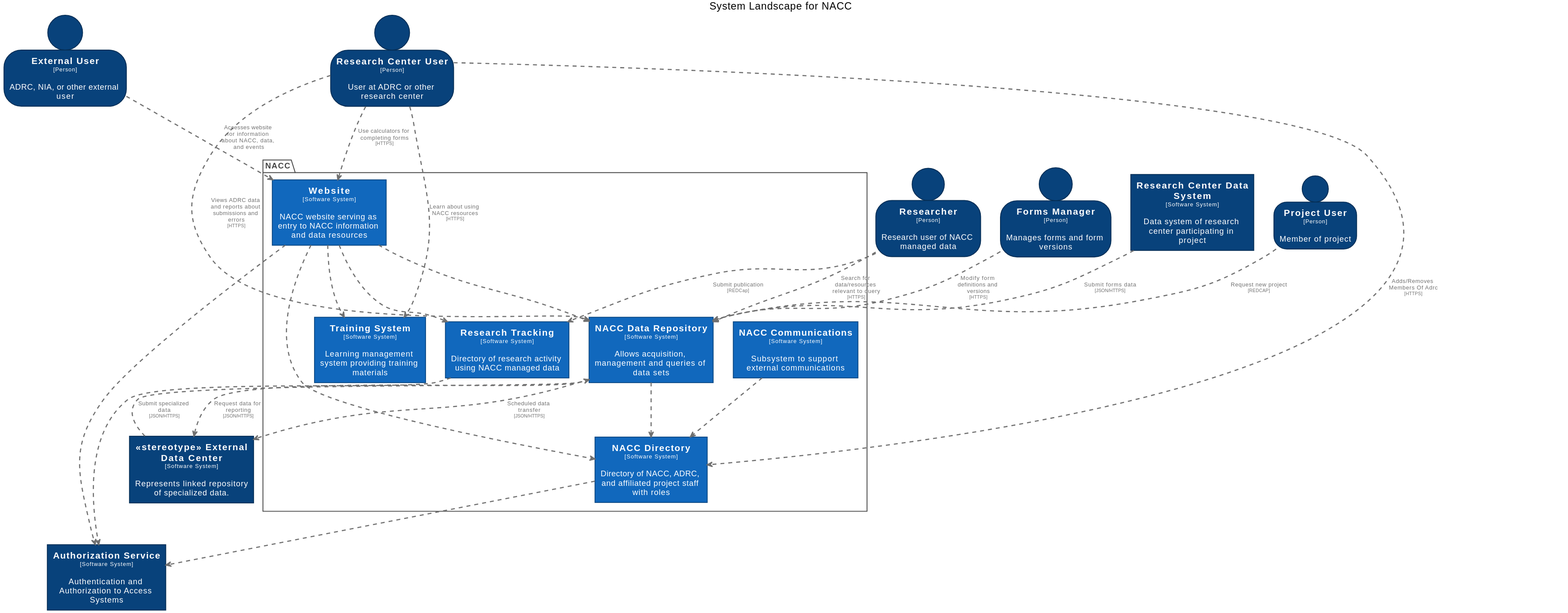
Earlier version of the PlantUML export docs/images/structurizr-GeneralizedSystemLandscape.svg (naccdata/system-design).
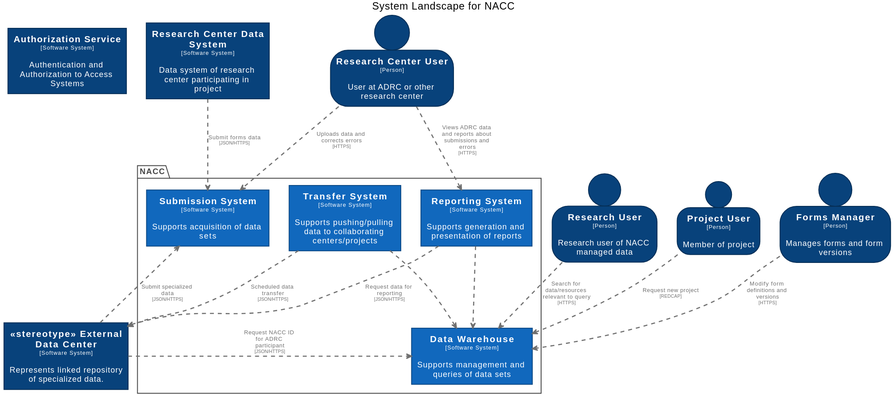
Later version of the same file.

Diff of the diagram source:
```diff
@@ -23,35 +23,25 @@
   FontColor #ffffff
   BorderColor #052e56
 }
-skinparam person<<ExternalUser>> {
-  BackgroundColor #08427b
+skinparam rectangle<<DataWarehouse>> {
+  BackgroundColor #1168bd
   FontColor #ffffff
-  BorderColor #052e56
+  BorderColor #0b4884
 }
 skinparam person<<FormsManager>> {
   BackgroundColor #08427b
   FontColor #ffffff
   BorderColor #052e56
 }
-skinparam rectangle<<NACCCommunications>> {
-  BackgroundColor #1168bd
-  FontColor #ffffff
-  BorderColor #0b4884
-}
-skinparam rectangle<<NACCDataRepository>> {
-  BackgroundColor #1168bd
-  FontColor #ffffff
-  BorderColor #0b4884
-}
-skinparam rectangle<<NACCDirectory>> {
-  BackgroundColor #1168bd
-  FontColor #ffffff
-  BorderColor #0b4884
-}
 skinparam person<<ProjectUser>> {
   BackgroundColor #08427b
   FontColor #ffffff
   BorderColor #052e56
+}
+skinparam rectangle<<ReportingSystem>> {
+  BackgroundColor #1168bd
+  FontColor #ffffff
+  BorderColor #0b4884
 }
 skinparam rectangle<<ResearchCenterDataSystem>> {
   BackgroundColor #08427b
@@ -63,22 +53,17 @@
   FontColor #ffffff
   BorderColor #052e56
 }
-skinparam rectangle<<ResearchTracking>> {
+skinparam person<<ResearchUser>> {
+  BackgroundColor #08427b
+  FontColor #ffffff
+  BorderColor #052e56
+}
+skinparam rectangle<<SubmissionSystem>> {
   BackgroundColor #1168bd
   FontColor #ffffff
   BorderColor #0b4884
 }
-skinparam person<<Researcher>> {
-  BackgroundColor #08427b
-  FontColor #ffffff
-  BorderColor #052e56
-}
-skinparam rectangle<<TrainingSystem>> {
-  BackgroundColor #1168bd
-  FontColor #ffffff
-  BorderColor #0b4884
-}
-skinparam rectangle<<Website>> {
+skinparam rectangle<<TransferSystem>> {
   BackgroundColor #1168bd
   FontColor #ffffff
   BorderColor #0b4884
@@ -88,43 +73,30 @@
   skinparam PackageBorderColor<<enterprise>> #444444
   skinparam PackageFontColor<<enterprise>> #444444
 
-  rectangle "==NACC Directory\n<size:10>[Software System]</size>\n\nDirectory of NACC, ADRC, and affiliated project staff with roles" <<NACCDirectory>> as NACCDirectory
-  rectangle "==NACC Data Repository\n<size:10>[Software System]</size>\n\nAllows acquisition, management and queries of data sets" <<NACCDataRepository>> as NACCDataRepository
-  rectangle "==NACC Communications\n<size:10>[Software System]</size>\n\nSubsystem to support external communications" <<NACCCommunications>> as NACCCommunications
-  rectangle "==Research Tracking\n<size:10>[Software System]</size>\n\nDirectory of research activity using NACC managed data" <<ResearchTracking>> as ResearchTracking
-  rectangle "==Training System\n<size:10>[Software System]</size>\n\nLearning management system providing training materials" <<TrainingSystem>> as TrainingSystem
-  rectangle "==Website\n<size:10>[Software System]</size>\n\nNACC website serving as entry to NACC information and data resources" <<Website>> as Website
+  rectangle "==Submission System\n<size:10>[Software System]</size>\n\nSupports acquisition of data sets" <<SubmissionSystem>> as SubmissionSystem
+  rectangle "==Data Warehouse\n<size:10>[Software System]</size>\n\nSupports management and queries of data sets" <<DataWarehouse>> as DataWarehouse
+  rectangle "==Transfer System\n<size:10>[Software System]</size>\n\nSupports pushing/pulling data to collaborating centers/projects" <<TransferSystem>> as TransferSystem
+  rectangle "==Reporting System\n<size:10>[Software System]</size>\n\nSupports generation and presentation of reports" <<ReportingSystem>> as ReportingSystem
 }
 
 rectangle "==Authorization Service\n<size:10>[Software System]</size>\n\nAuthentication and Authorization to Access Systems" <<AuthorizationService>> as AuthorizationService
-person "==External User\n<size:10>[Person]</size>\n\nADRC, NIA, or other external user" <<ExternalUser>> as ExternalUser
+person "==Forms Manager\n<size:10>[Person]</size>\n\nManages forms and form versions" <<FormsManager>> as FormsManager
+person "==Research User\n<size:10>[Person]</size>\n\nResearch user of NACC managed data" <<ResearchUser>> as ResearchUser
+rectangle "==<<stereotype>> External Data Center\n<size:10>[Software System]</size>\n\nRepresents linked repository of specialized data." <<stereotypeExternalDataCenter>> as stereotypeExternalDataCenter
+rectangle "==Research Center Data System\n<size:10>[Software System]</size>\n\nData system of research center participating in project" <<ResearchCenterDataSystem>> as ResearchCenterDataSystem
 person "==Research Center User\n<size:10>[Person]</size>\n\nUser at ADRC or other research center" <<ResearchCenterUser>> as ResearchCenterUser
 person "==Project User\n<size:10>[Person]</size>\n\nMember of project" <<ProjectUser>> as ProjectUser
-person "==Forms Manager\n<size:10>[Person]</size>\n\nManages forms and form versions" <<FormsManager>> as FormsManager
-person "==Researcher\n<size:10>[Person]</size>\n\nResearch user of NACC managed data" <<Researcher>> as Researcher
-rectangle "==<<stereotype>> External Data Center\n<size:10>[Software System]</size>\n\nRepresents linked repository of specialized data." <<stereotypeExternalDataCenter>> as stereotypeExternalDataCenter
-rectangle "==Research Center Data System\n<size:10>[Software System]</size>\n\nData system of research center participating in project" <<ResearchCenterDataSystem>> as ResearchCenterDataSystem
 
-Website .[#707070,thickness=2].> NACCDataRepository : "<color:#707070>"
-Website .[#707070,thickness=2].> NACCDirectory : "<color:#707070>"
-ExternalUser .[#707070,thickness=2].> Website : "<color:#707070>Accesses website for information about NACC, data, and events"
-ResearchCenterUser .[#707070,thickness=2].> Website : "<color:#707070>Use calculators for completing forms\n<color:#707070><size:8>[HTTPS]</size>"
-ResearchCenterUser .[#707070,thickness=2].> NACCDirectory : "<color:#707070>Adds/Removes Members Of Adrc\n<color:#707070><size:8>[HTTPS]</size>"
-ResearchCenterUser .[#707070,thickness=2].> NACCDataRepository : "<color:#707070>Views ADRC data and reports about submissions and errors\n<color:#707070><size:8>[HTTPS]</size>"
-ResearchCenterUser .[#707070,thickness=2].> TrainingSystem : "<color:#707070>Learn about using NACC resources\n<color:#707070><size:8>[HTTPS]</size>"
-NACCDataRepository .[#707070,thickness=2].> NACCDirectory : "<color:#707070>"
-ProjectUser .[#707070,thickness=2].> NACCDataRepository : "<color:#707070>Request new project\n<color:#707070><size:8>[REDCAP]</size>"
-FormsManager .[#707070,thickness=2].> NACCDataRepository : "<color:#707070>Modify form definitions and versions\n<color:#707070><size:8>[HTTPS]</size>"
-Researcher .[#707070,thickness=2].> NACCDataRepository : "<color:#707070>Search for data/resources relevant to query\n<color:#707070><size:8>[HTTPS]</size>"
-Researcher .[#707070,thickness=2].> ResearchTracking : "<color:#707070>Submit publication\n<color:#707070><size:8>[REDCap]</size>"
-stereotypeExternalDataCenter .[#707070,thickness=2].> NACCDataRepository : "<color:#707070>Submit specialized data\n<color:#707070><size:8>[JSON/HTTPS]</size>"
-NACCDataRepository .[#707070,thickness=2].> stereotypeExternalDataCenter : "<color:#707070>Request data for reporting\n<color:#707070><size:8>[JSON/HTTPS]</size>"
-NACCDataRepository .[#707070,thickness=2].> stereotypeExternalDataCenter : "<color:#707070>Scheduled data transfer\n<color:#707070><size:8>[JSON/HTTPS]</size>"
-ResearchCenterDataSystem .[#707070,thickness=2].> NACCDataRepository : "<color:#707070>Submit forms data\n<color:#707070><size:8>[JSON/HTTPS]</size>"
-NACCDirectory .[#707070,thickness=2].> AuthorizationService : "<color:#707070>"
-NACCCommunications .[#707070,thickness=2].> NACCDirectory : "<color:#707070>"
-ResearchTracking .[#707070,thickness=2].> AuthorizationService : "<color:#707070>"
-Website .[#707070,thickness=2].> AuthorizationService : "<color:#707070>"
-Website .[#707070,thickness=2].> TrainingSystem : "<color:#707070>"
-Website .[#707070,thickness=2].> ResearchTracking : "<color:#707070>"
+FormsManager .[#707070,thickness=2].> DataWarehouse : "<color:#707070>Modify form definitions and versions\n<color:#707070><size:8>[HTTPS]</size>"
+ResearchUser .[#707070,thickness=2].> DataWarehouse : "<color:#707070>Search for data/resources relevant to query\n<color:#707070><size:8>[HTTPS]</size>"
+stereotypeExternalDataCenter .[#707070,thickness=2].> SubmissionSystem : "<color:#707070>Submit specialized data\n<color:#707070><size:8>[JSON/HTTPS]</size>"
+stereotypeExternalDataCenter .[#707070,thickness=2].> DataWarehouse : "<color:#707070>Request NACC ID for ADRC participant\n<color:#707070><size:8>[JSON/HTTPS]</size>"
+ReportingSystem .[#707070,thickness=2].> stereotypeExternalDataCenter : "<color:#707070>Request data for reporting\n<color:#707070><size:8>[JSON/HTTPS]</size>"
+TransferSystem .[#707070,thickness=2].> stereotypeExternalDataCenter : "<color:#707070>Scheduled data transfer\n<color:#707070><size:8>[JSON/HTTPS]</size>"
+ResearchCenterDataSystem .[#707070,thickness=2].> SubmissionSystem : "<color:#707070>Submit forms data\n<color:#707070><size:8>[JSON/HTTPS]</size>"
+TransferSystem .[#707070,thickness=2].> DataWarehouse : "<color:#707070>"
+ReportingSystem .[#707070,thickness=2].> DataWarehouse : "<color:#707070>"
+ResearchCenterUser .[#707070,thickness=2].> ReportingSystem : "<color:#707070>Views ADRC data and reports about submissions and errors\n<color:#707070><size:8>[HTTPS]</size>"
+ResearchCenterUser .[#707070,thickness=2].> SubmissionSystem : "<color:#707070>Uploads data and corrects errors\n<color:#707070><size:8>[HTTPS]</size>"
+ProjectUser .[#707070,thickness=2].> DataWarehouse : "<color:#707070>Request new project\n<color:#707070><size:8>[REDCAP]</size>"
 @enduml
```
